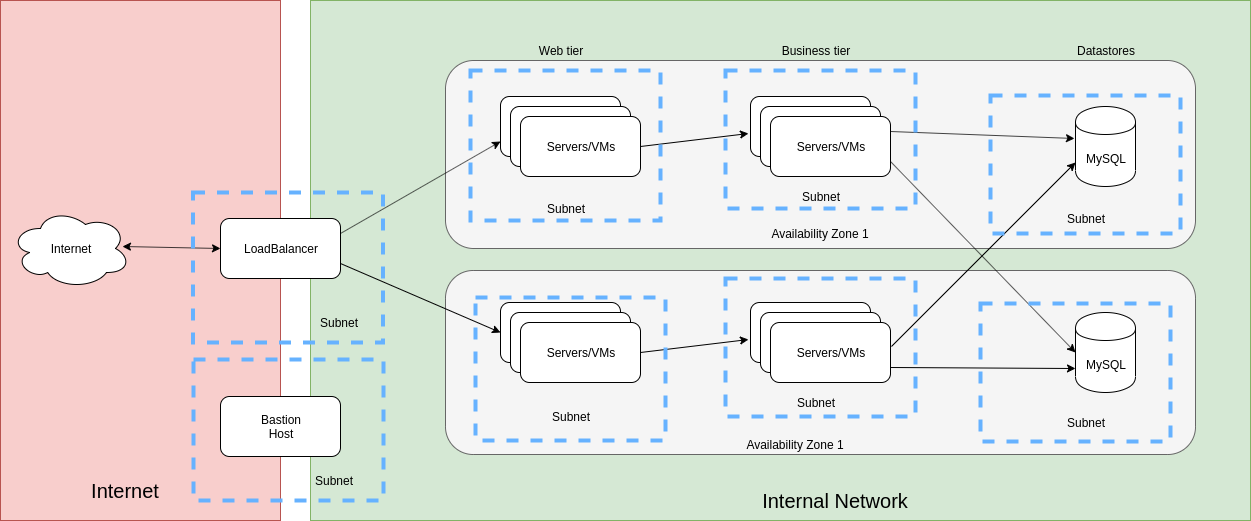
Above: docs/kubernetes-security/images/n-tier-application-architecture.png in ManagedKube/kubernetes-ops (draw.io), before the change. Source tidied: cells renumbered, new cells last; positions are measured from the earlier drawing's top-left corner, leaving out a move shared by most shapes.
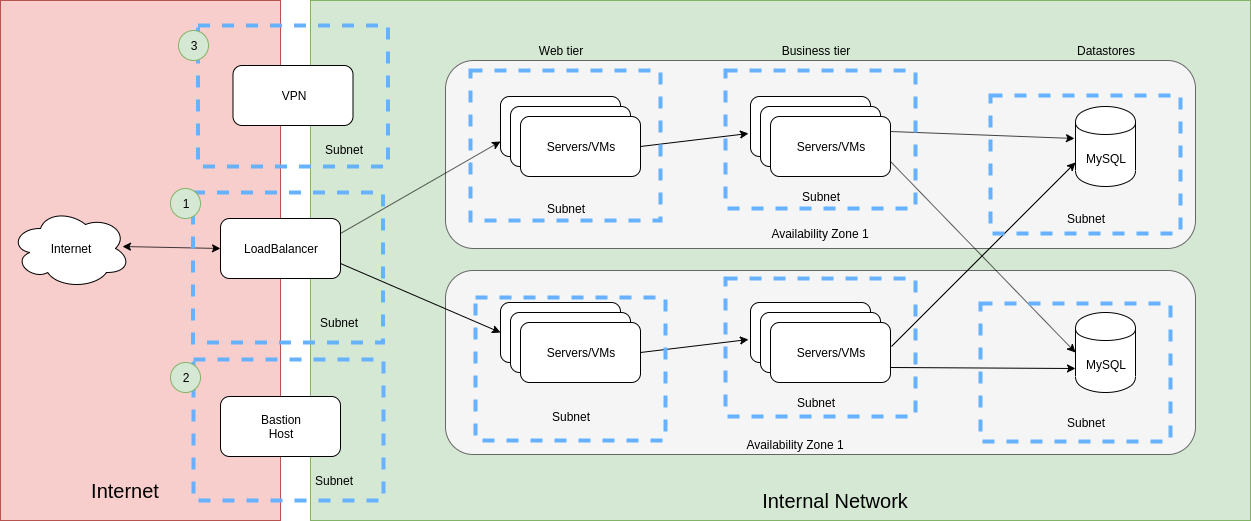
Later version of the same file.

Diff of the diagram source:
```diff
@@ -152,14 +152,32 @@
     <mxCell id="51" style="rounded=0;whiteSpace=wrap;html=1;dashed=1;fillColor=none;strokeWidth=4;strokeColor=#66B2FF;" parent="1" vertex="1">
       <mxGeometry x="192.5" y="192" width="190" height="150" as="geometry" />
     </mxCell>
-    <mxCell id="52" style="rounded=0;whiteSpace=wrap;html=1;dashed=1;fillColor=none;strokeWidth=4;strokeColor=#66B2FF;" parent="1" vertex="1">
-      <mxGeometry x="193" y="359" width="190" height="141" as="geometry" />
-    </mxCell>
     <mxCell id="53" value="Subnet" style="text;html=1;strokeColor=none;fillColor=none;align=center;verticalAlign=middle;whiteSpace=wrap;rounded=0;dashed=1;" parent="1" vertex="1">
       <mxGeometry x="287.5" y="470" width="90" height="20" as="geometry" />
     </mxCell>
     <mxCell id="54" value="Subnet" style="text;html=1;strokeColor=none;fillColor=none;align=center;verticalAlign=middle;whiteSpace=wrap;rounded=0;dashed=1;" parent="1" vertex="1">
       <mxGeometry x="292.5" y="312" width="90" height="20" as="geometry" />
     </mxCell>
+    <mxCell id="55" value="1" style="ellipse;whiteSpace=wrap;html=1;strokeColor=#82b366;strokeWidth=1;fillColor=#d5e8d4;" parent="1" vertex="1">
+      <mxGeometry x="170" y="188" width="30" height="30" as="geometry" />
+    </mxCell>
+    <mxCell id="56" style="rounded=0;whiteSpace=wrap;html=1;dashed=1;fillColor=none;strokeWidth=4;strokeColor=#66B2FF;" parent="1" vertex="1">
+      <mxGeometry x="197.5" y="25" width="190" height="141" as="geometry" />
+    </mxCell>
+    <mxCell id="57" value="VPN" style="rounded=1;whiteSpace=wrap;html=1;" parent="1" vertex="1">
+      <mxGeometry x="232.5" y="65" width="120" height="60" as="geometry" />
+    </mxCell>
+    <mxCell id="52" style="rounded=0;whiteSpace=wrap;html=1;dashed=1;fillColor=none;strokeWidth=4;strokeColor=#66B2FF;" parent="1" vertex="1">
+      <mxGeometry x="193" y="359" width="190" height="141" as="geometry" />
+    </mxCell>
+    <mxCell id="58" value="2" style="ellipse;whiteSpace=wrap;html=1;strokeColor=#82b366;strokeWidth=1;fillColor=#d5e8d4;" parent="1" vertex="1">
+      <mxGeometry x="170" y="362" width="30" height="30" as="geometry" />
+    </mxCell>
+    <mxCell id="59" value="3" style="ellipse;whiteSpace=wrap;html=1;strokeColor=#82b366;strokeWidth=1;fillColor=#d5e8d4;" parent="1" vertex="1">
+      <mxGeometry x="178" y="30" width="30" height="30" as="geometry" />
+    </mxCell>
+    <mxCell id="60" value="Subnet" style="text;html=1;strokeColor=none;fillColor=none;align=center;verticalAlign=middle;whiteSpace=wrap;rounded=0;dashed=1;" parent="1" vertex="1">
+      <mxGeometry x="297.5" y="139" width="90" height="20" as="geometry" />
+    </mxCell>
   </root>
 </mxGraphModel>
```
